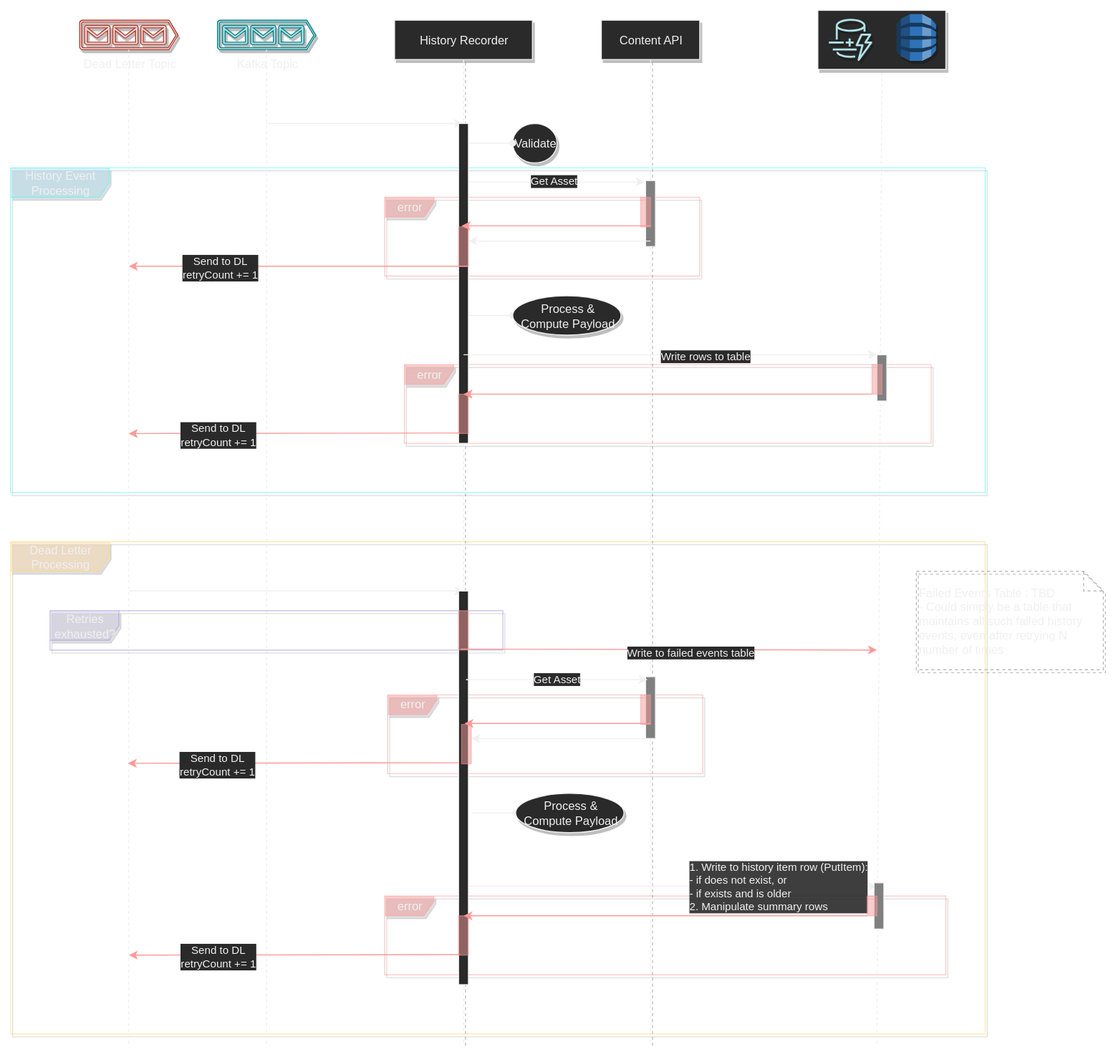
This is Work/History v2/zAttachments/History Recorder Sequence.svg from abhijit-s/obsidian-vault-abhi.foxtel.io, a draw.io export, as it was before one commit. Source tidied: cells renumbered, new cells last; positions are measured from the earlier drawing's top-left corner, leaving out a move shared by most shapes.
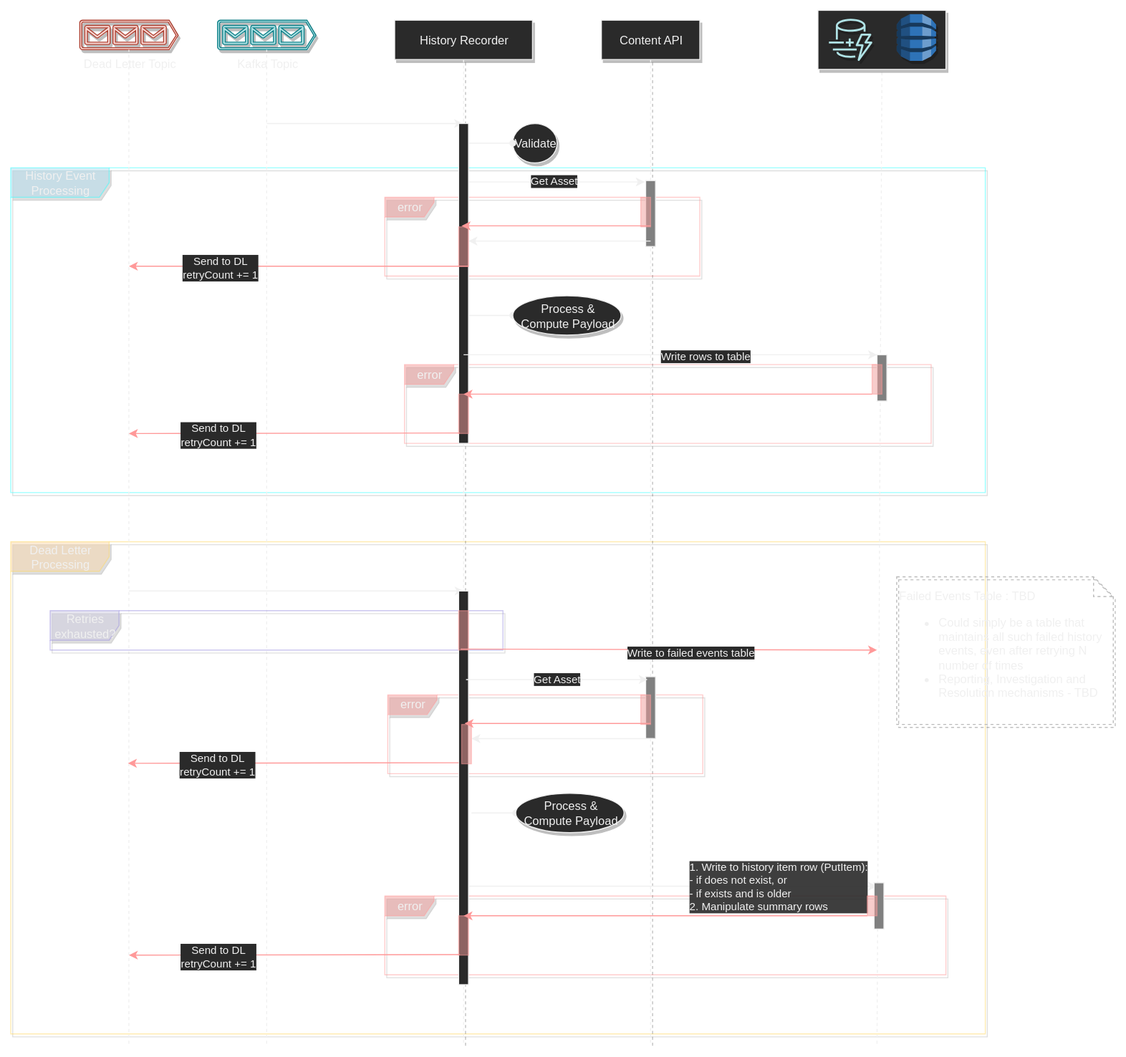
The same diagram one commit later.

Change to the diagram source:
```diff
@@ -175,8 +175,8 @@
     <mxCell id="49" style="html=1;points=[];perimeter=orthogonalPerimeter;strokeColor=#FF9999;fillColor=#F19C99;glass=0;opacity=50;" parent="1" vertex="1">
       <mxGeometry x="455" y="610" width="10" height="40" as="geometry" />
     </mxCell>
-    <mxCell id="50" value="Failed Events Table : TBD&lt;br&gt;- Could simply be a table that maintains all such failed history events, even after retrying N number of times" style="shape=note;size=20;whiteSpace=wrap;html=1;fillColor=none;dashed=1;strokeWidth=1;align=left;strokeColor=#BABABA;shadow=1;" parent="1" vertex="1">
-      <mxGeometry x="920" y="570" width="190" height="100" as="geometry" />
+    <mxCell id="50" value="Failed Events Table : TBD&lt;br&gt;&lt;ul&gt;&lt;li&gt;&lt;span style=&quot;text-align: justify&quot;&gt;Could simply be a table that maintains all such failed history events, even after retrying N number of times&lt;/span&gt;&lt;/li&gt;&lt;li&gt;&lt;span style=&quot;text-align: justify&quot;&gt;Reporting, Investigation and Resolution mechanisms - TBD&lt;/span&gt;&lt;/li&gt;&lt;/ul&gt;" style="shape=note;size=20;whiteSpace=wrap;html=1;fillColor=none;dashed=1;strokeWidth=1;align=left;strokeColor=#BABABA;shadow=1;" parent="1" vertex="1">
+      <mxGeometry x="900" y="575.6" width="220" height="150" as="geometry" />
     </mxCell>
     <mxCell id="51" style="edgeStyle=none;html=1;entryX=-0.1;entryY=0.021;entryDx=0;entryDy=0;entryPerimeter=0;" parent="1" edge="1">
       <mxGeometry relative="1" as="geometry">
```
